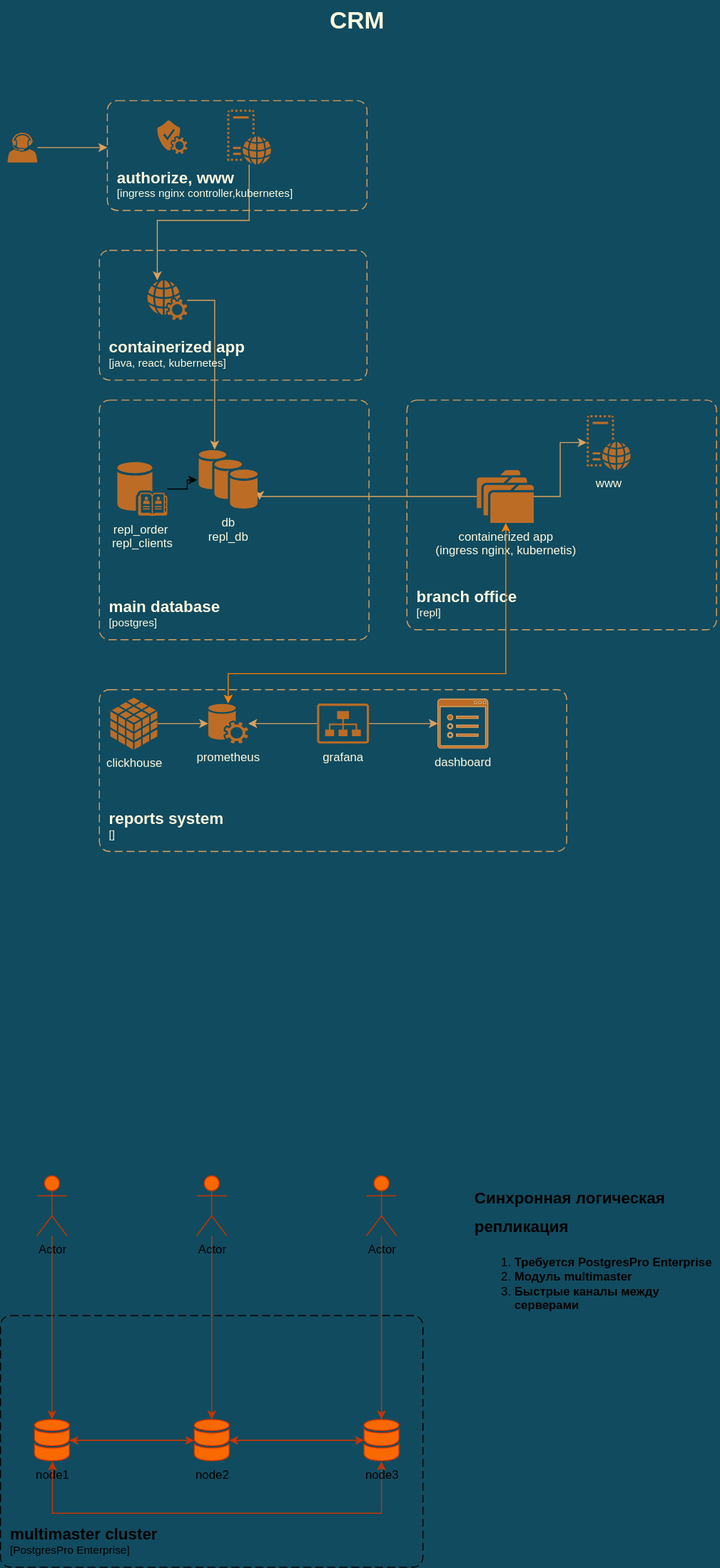
theotheo46/gb keeps this draw.io diagram as arch_schem.svg. Above is the earlier version. Source tidied: cells renumbered, new cells last; positions are measured from the earlier drawing's top-left corner, leaving out a move shared by most shapes.
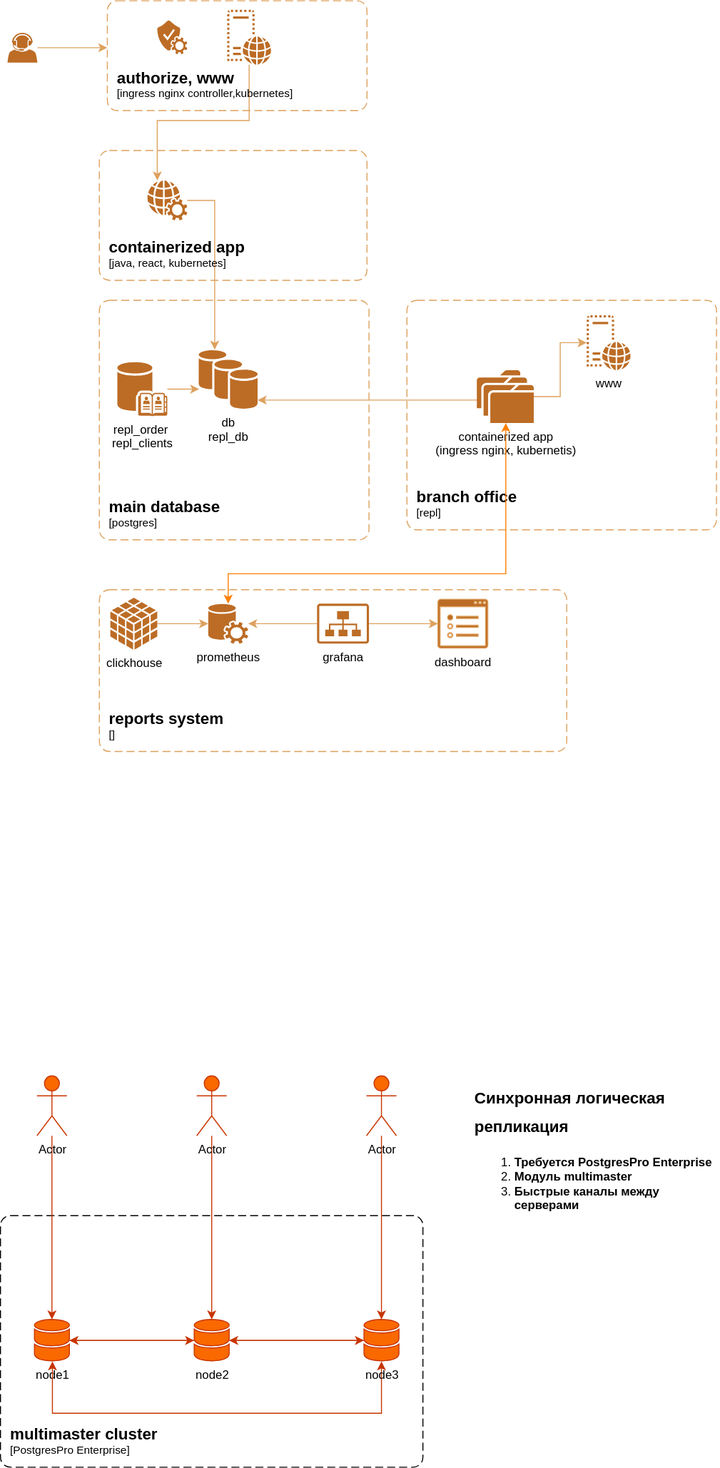
After the commit.

What changed in the source:
```diff
@@ -1,16 +1,16 @@
-<mxGraphModel background="#114B5F">
+<mxGraphModel background="#FFFFFF">
   <root>
     <mxCell id="0" />
     <mxCell id="1" parent="0" />
     <object id="2" label="&lt;font style=&quot;font-size: 16px&quot;&gt;&lt;b&gt;&lt;div style=&quot;text-align: left&quot;&gt;%c4Name%&lt;/div&gt;&lt;/b&gt;&lt;/font&gt;&lt;div style=&quot;text-align: left&quot;&gt;[%c4Application%]&lt;/div&gt;" c4Application="PostgresPro Enterprise" c4Name="multimaster cluster " c4Type="SystemScopeBoundary" placeholders="1">
-      <mxCell style="rounded=1;fontSize=11;whiteSpace=wrap;html=1;dashed=1;arcSize=20;labelBackgroundColor=none;align=left;verticalAlign=bottom;labelBorderColor=none;spacingTop=0;spacing=10;dashPattern=8 4;perimeter=rectanglePerimeter;noLabel=0;labelPadding=0;absoluteArcSize=1;fillColor=none;" parent="1" vertex="1">
+      <mxCell style="rounded=1;fontSize=11;whiteSpace=wrap;html=1;dashed=1;arcSize=20;labelBackgroundColor=none;align=left;verticalAlign=bottom;labelBorderColor=none;spacingTop=0;spacing=10;dashPattern=8 4;perimeter=rectanglePerimeter;labelPadding=0;absoluteArcSize=1;fillColor=none;fontColor=#000000;" parent="1" vertex="1">
         <mxGeometry y="1317" width="423" height="252" as="geometry" />
       </mxCell>
     </object>
     <mxCell id="3" style="edgeStyle=orthogonalEdgeStyle;rounded=0;jettySize=auto;html=1;strokeColor=#DDA15E;fontColor=#FEFAE0;fillColor=#BC6C25;" parent="1" edge="1" source="4" target="27">
       <mxGeometry relative="1" as="geometry" />
     </mxCell>
-    <mxCell id="4" value="clickhouse" style="sketch=0;shadow=0;dashed=0;html=1;strokeColor=none;fillColor=#BC6C25;labelPosition=center;verticalLabelPosition=bottom;verticalAlign=top;outlineConnect=0;align=center;shape=mxgraph.office.databases.database_cube;fontColor=#FEFAE0;" parent="1" vertex="1">
+    <mxCell id="4" value="clickhouse" style="sketch=0;shadow=0;dashed=0;html=1;strokeColor=none;fillColor=#BC6C25;labelPosition=center;verticalLabelPosition=bottom;verticalAlign=top;outlineConnect=0;align=center;shape=mxgraph.office.databases.database_cube;fontColor=#000000;" parent="1" vertex="1">
       <mxGeometry x="110" y="698" width="47" height="52" as="geometry" />
     </mxCell>
     <mxCell id="5" style="edgeStyle=orthogonalEdgeStyle;rounded=0;jettySize=auto;html=1;strokeColor=#DDA15E;fontColor=#FEFAE0;fillColor=#BC6C25;entryX=0.271;entryY=-0.008;entryDx=0;entryDy=0;entryPerimeter=0;labelBackgroundColor=#283618;" parent="1" edge="1" source="6" target="29">
@@ -19,30 +19,24 @@
     <mxCell id="6" style="sketch=0;shadow=0;dashed=0;html=1;strokeColor=none;fillColor=#BC6C25;labelPosition=center;verticalLabelPosition=bottom;verticalAlign=top;outlineConnect=0;align=center;shape=mxgraph.office.concepts.web_services;fontColor=#FEFAE0;" parent="1" vertex="1">
       <mxGeometry x="147" y="280" width="40" height="40" as="geometry" />
     </mxCell>
-    <mxCell id="7" style="edgeStyle=orthogonalEdgeStyle;rounded=0;jettySize=auto;html=1;strokeColor=#DDA15E;fontColor=#FEFAE0;fillColor=#BC6C25;entryX=1.034;entryY=0.847;entryDx=0;entryDy=0;entryPerimeter=0;labelBackgroundColor=#283618;" parent="1" edge="1" source="9" target="29">
+    <mxCell id="7" style="edgeStyle=orthogonalEdgeStyle;rounded=0;jettySize=auto;html=1;strokeColor=#DDA15E;fontColor=#FEFAE0;fillColor=#BC6C25;labelBackgroundColor=#283618;" parent="1" edge="1" target="29">
       <mxGeometry relative="1" as="geometry">
+        <mxPoint x="479" y="500" as="sourcePoint" />
         <Array as="points">
-          <mxPoint x="260" y="497" />
+          <mxPoint x="387" y="500" />
+          <mxPoint x="387" y="500" />
         </Array>
       </mxGeometry>
     </mxCell>
     <mxCell id="8" style="edgeStyle=orthogonalEdgeStyle;rounded=0;jettySize=auto;html=1;strokeColor=#DDA15E;fontColor=#FEFAE0;fillColor=#BC6C25;labelBackgroundColor=#283618;" parent="1" edge="1" source="9" target="22">
       <mxGeometry relative="1" as="geometry" />
     </mxCell>
-    <mxCell id="9" value="containerized app&lt;br&gt;(ingress nginx, kubernetis)" style="sketch=0;shadow=0;dashed=0;html=1;strokeColor=none;fillColor=#BC6C25;labelPosition=center;verticalLabelPosition=bottom;verticalAlign=top;outlineConnect=0;align=center;shape=mxgraph.office.concepts.folders;fontColor=#FEFAE0;" parent="1" vertex="1">
+    <mxCell id="9" value="containerized app&lt;br&gt;(ingress nginx, kubernetis)" style="sketch=0;shadow=0;dashed=0;html=1;strokeColor=none;fillColor=#BC6C25;labelPosition=center;verticalLabelPosition=bottom;verticalAlign=top;outlineConnect=0;align=center;shape=mxgraph.office.concepts.folders;fontColor=#000000;" parent="1" vertex="1">
       <mxGeometry x="477" y="470" width="57" height="53" as="geometry" />
     </mxCell>
-    <mxCell id="10" style="edgeStyle=orthogonalEdgeStyle;rounded=0;jettySize=auto;html=1;" parent="1" edge="1" source="11">
-      <mxGeometry relative="1" as="geometry">
-        <mxPoint x="197" y="480" as="targetPoint" />
-      </mxGeometry>
-    </mxCell>
-    <mxCell id="11" value="repl_order&amp;nbsp;&lt;br&gt;repl_clients" style="sketch=0;shadow=0;dashed=0;html=1;strokeColor=none;fillColor=#BC6C25;labelPosition=center;verticalLabelPosition=bottom;verticalAlign=top;outlineConnect=0;align=center;shape=mxgraph.office.databases.address_book_store;fontColor=#FEFAE0;" parent="1" vertex="1">
+    <mxCell id="11" value="repl_order&amp;nbsp;&lt;br&gt;repl_clients" style="sketch=0;shadow=0;dashed=0;html=1;strokeColor=none;fillColor=#BC6C25;labelPosition=center;verticalLabelPosition=bottom;verticalAlign=top;outlineConnect=0;align=center;shape=mxgraph.office.databases.address_book_store;fontColor=#000000;" parent="1" vertex="1">
       <mxGeometry x="117" y="462" width="50" height="54" as="geometry" />
     </mxCell>
-    <mxCell id="12" value="CRM" style="text;strokeColor=none;fillColor=none;html=1;fontSize=24;fontStyle=1;verticalAlign=middle;align=center;fontColor=#FEFAE0;" parent="1" vertex="1">
-      <mxGeometry x="307" width="100" height="40" as="geometry" />
-    </mxCell>
     <mxCell id="13" style="edgeStyle=orthogonalEdgeStyle;rounded=0;jettySize=auto;html=1;strokeColor=#DDA15E;fontColor=#FEFAE0;fillColor=#BC6C25;labelBackgroundColor=#283618;" parent="1" edge="1" source="14" target="6">
       <mxGeometry relative="1" as="geometry">
         <Array as="points">
@@ -66,37 +60,37 @@
       <mxGeometry x="7" y="132" width="30" height="30" as="geometry" />
     </mxCell>
     <object id="18" label="&lt;font style=&quot;font-size: 16px&quot;&gt;&lt;b&gt;&lt;div style=&quot;text-align: left&quot;&gt;%c4Name%&lt;/div&gt;&lt;/b&gt;&lt;/font&gt;&lt;div style=&quot;text-align: left&quot;&gt;[%c4Application%]&lt;/div&gt;" c4Application="ingress nginx controller,kubernetes" c4Name="authorize, www" c4Type="SystemScopeBoundary" placeholders="1">
-      <mxCell style="rounded=1;fontSize=11;whiteSpace=wrap;html=1;dashed=1;arcSize=20;fillColor=none;strokeColor=#DDA15E;fontColor=#FEFAE0;labelBackgroundColor=none;align=left;verticalAlign=bottom;labelBorderColor=none;spacingTop=0;spacing=10;dashPattern=8 4;perimeter=rectanglePerimeter;noLabel=0;labelPadding=0;absoluteArcSize=1;" parent="1" vertex="1">
+      <mxCell style="rounded=1;fontSize=11;whiteSpace=wrap;html=1;dashed=1;arcSize=20;fillColor=none;strokeColor=#DDA15E;fontColor=#000000;labelBackgroundColor=none;align=left;verticalAlign=bottom;labelBorderColor=none;spacingTop=0;spacing=10;dashPattern=8 4;perimeter=rectanglePerimeter;labelPadding=0;absoluteArcSize=1;" parent="1" vertex="1">
         <mxGeometry x="107" y="100" width="260" height="110" as="geometry" />
       </mxCell>
     </object>
     <object id="19" label="&lt;font style=&quot;font-size: 16px&quot;&gt;&lt;b&gt;&lt;div style=&quot;text-align: left&quot;&gt;%c4Name%&lt;/div&gt;&lt;/b&gt;&lt;/font&gt;&lt;div style=&quot;text-align: left&quot;&gt;[%c4Application%]&lt;/div&gt;" c4Application="java, react, kubernetes" c4Name="containerized app" c4Type="SystemScopeBoundary" placeholders="1">
-      <mxCell style="rounded=1;fontSize=11;whiteSpace=wrap;html=1;dashed=1;arcSize=20;fillColor=none;strokeColor=#DDA15E;fontColor=#FEFAE0;labelBackgroundColor=none;align=left;verticalAlign=bottom;labelBorderColor=none;spacingTop=0;spacing=10;dashPattern=8 4;perimeter=rectanglePerimeter;noLabel=0;labelPadding=0;absoluteArcSize=1;" parent="1" vertex="1">
+      <mxCell style="rounded=1;fontSize=11;whiteSpace=wrap;html=1;dashed=1;arcSize=20;fillColor=none;strokeColor=#DDA15E;fontColor=#000000;labelBackgroundColor=none;align=left;verticalAlign=bottom;labelBorderColor=none;spacingTop=0;spacing=10;dashPattern=8 4;perimeter=rectanglePerimeter;labelPadding=0;absoluteArcSize=1;" parent="1" vertex="1">
         <mxGeometry x="99" y="250" width="268" height="130" as="geometry" />
       </mxCell>
     </object>
     <object id="20" label="&lt;font style=&quot;font-size: 16px&quot;&gt;&lt;b&gt;&lt;div style=&quot;text-align: left&quot;&gt;%c4Name%&lt;/div&gt;&lt;/b&gt;&lt;/font&gt;&lt;div style=&quot;text-align: left&quot;&gt;[%c4Application%]&lt;/div&gt;" c4Application="postgres" c4Name="main database" c4Type="SystemScopeBoundary" placeholders="1">
-      <mxCell style="rounded=1;fontSize=11;whiteSpace=wrap;html=1;dashed=1;arcSize=20;fillColor=none;strokeColor=#DDA15E;fontColor=#FEFAE0;labelBackgroundColor=none;align=left;verticalAlign=bottom;labelBorderColor=none;spacingTop=0;spacing=10;dashPattern=8 4;perimeter=rectanglePerimeter;noLabel=0;labelPadding=0;absoluteArcSize=1;" parent="1" vertex="1">
+      <mxCell style="rounded=1;fontSize=11;whiteSpace=wrap;html=1;dashed=1;arcSize=20;fillColor=none;strokeColor=#DDA15E;fontColor=#000000;labelBackgroundColor=none;align=left;verticalAlign=bottom;labelBorderColor=none;spacingTop=0;spacing=10;dashPattern=8 4;perimeter=rectanglePerimeter;labelPadding=0;absoluteArcSize=1;" parent="1" vertex="1">
         <mxGeometry x="99" y="400" width="270" height="240" as="geometry" />
       </mxCell>
     </object>
     <object id="21" label="&lt;font style=&quot;font-size: 16px&quot;&gt;&lt;b&gt;&lt;div style=&quot;text-align: left&quot;&gt;%c4Name%&lt;/div&gt;&lt;/b&gt;&lt;/font&gt;&lt;div style=&quot;text-align: left&quot;&gt;[%c4Application%]&lt;/div&gt;" c4Application="repl" c4Name="branch office" c4Type="SystemScopeBoundary" placeholders="1">
-      <mxCell style="rounded=1;fontSize=11;whiteSpace=wrap;html=1;dashed=1;arcSize=20;fillColor=none;strokeColor=#DDA15E;fontColor=#FEFAE0;labelBackgroundColor=none;align=left;verticalAlign=bottom;labelBorderColor=none;spacingTop=0;spacing=10;dashPattern=8 4;perimeter=rectanglePerimeter;noLabel=0;labelPadding=0;absoluteArcSize=1;" parent="1" vertex="1">
+      <mxCell style="rounded=1;fontSize=11;whiteSpace=wrap;html=1;dashed=1;arcSize=20;fillColor=none;strokeColor=#DDA15E;fontColor=#000000;labelBackgroundColor=none;align=left;verticalAlign=bottom;labelBorderColor=none;spacingTop=0;spacing=10;dashPattern=8 4;perimeter=rectanglePerimeter;labelPadding=0;absoluteArcSize=1;" parent="1" vertex="1">
         <mxGeometry x="407" y="400" width="310" height="230" as="geometry" />
       </mxCell>
     </object>
-    <mxCell id="22" value="www" style="sketch=0;shadow=0;dashed=0;html=1;strokeColor=none;fillColor=#BC6C25;labelPosition=center;verticalLabelPosition=bottom;verticalAlign=top;outlineConnect=0;align=center;shape=mxgraph.office.servers.virtual_web_server;fontColor=#FEFAE0;" parent="1" vertex="1">
+    <mxCell id="22" value="www" style="sketch=0;shadow=0;dashed=0;html=1;strokeColor=none;fillColor=#BC6C25;labelPosition=center;verticalLabelPosition=bottom;verticalAlign=top;outlineConnect=0;align=center;shape=mxgraph.office.servers.virtual_web_server;fontColor=#000000;" parent="1" vertex="1">
       <mxGeometry x="587" y="415" width="44" height="55" as="geometry" />
     </mxCell>
     <object id="23" label="&lt;font style=&quot;font-size: 16px&quot;&gt;&lt;b&gt;&lt;div style=&quot;text-align: left&quot;&gt;%c4Name%&lt;/div&gt;&lt;/b&gt;&lt;/font&gt;&lt;div style=&quot;text-align: left&quot;&gt;[%c4Application%]&lt;/div&gt;" c4Application="" c4Name="reports system" c4Type="SystemScopeBoundary" placeholders="1">
-      <mxCell style="rounded=1;fontSize=11;whiteSpace=wrap;html=1;dashed=1;arcSize=20;fillColor=none;strokeColor=#DDA15E;fontColor=#FEFAE0;labelBackgroundColor=none;align=left;verticalAlign=bottom;labelBorderColor=none;spacingTop=0;spacing=10;dashPattern=8 4;perimeter=rectanglePerimeter;noLabel=0;labelPadding=0;absoluteArcSize=1;" parent="1" vertex="1">
+      <mxCell style="rounded=1;fontSize=11;whiteSpace=wrap;html=1;dashed=1;arcSize=20;fillColor=none;strokeColor=#DDA15E;fontColor=#000000;labelBackgroundColor=none;align=left;verticalAlign=bottom;labelBorderColor=none;spacingTop=0;spacing=10;dashPattern=8 4;perimeter=rectanglePerimeter;labelPadding=0;absoluteArcSize=1;" parent="1" vertex="1">
         <mxGeometry x="99" y="690" width="468" height="162" as="geometry" />
       </mxCell>
     </object>
     <mxCell id="24" style="edgeStyle=orthogonalEdgeStyle;rounded=0;jettySize=auto;html=1;labelBackgroundColor=#283618;strokeColor=#DDA15E;fontColor=#FEFAE0;" parent="1" edge="1" source="25" target="27">
       <mxGeometry relative="1" as="geometry" />
     </mxCell>
-    <mxCell id="25" value="grafana" style="sketch=0;shadow=0;dashed=0;html=1;strokeColor=none;fillColor=#BC6C25;labelPosition=center;verticalLabelPosition=bottom;verticalAlign=top;outlineConnect=0;align=center;shape=mxgraph.office.sites.site_collection;fontColor=#FEFAE0;" parent="1" vertex="1">
+    <mxCell id="25" value="grafana" style="sketch=0;shadow=0;dashed=0;html=1;strokeColor=none;fillColor=#BC6C25;labelPosition=center;verticalLabelPosition=bottom;verticalAlign=top;outlineConnect=0;align=center;shape=mxgraph.office.sites.site_collection;fontColor=#000000;" parent="1" vertex="1">
       <mxGeometry x="317" y="704" width="52" height="40" as="geometry" />
     </mxCell>
     <mxCell id="26" style="edgeStyle=orthogonalEdgeStyle;rounded=0;jettySize=auto;html=1;labelBackgroundColor=#283618;strokeColor=#FF8000;fontColor=#FEFAE0;fillColor=#0050ef;strokeWidth=1;endArrow=classic;endFill=1;startArrow=classic;startFill=1;" parent="1" edge="1" source="27" target="9">
@@ -107,13 +101,13 @@
         </Array>
       </mxGeometry>
     </mxCell>
-    <mxCell id="27" value="prometheus" style="sketch=0;shadow=0;dashed=0;html=1;strokeColor=none;fillColor=#BC6C25;labelPosition=center;verticalLabelPosition=bottom;verticalAlign=top;outlineConnect=0;align=center;shape=mxgraph.office.services.central_management_service;fontColor=#FEFAE0;" parent="1" vertex="1">
+    <mxCell id="27" value="prometheus" style="sketch=0;shadow=0;dashed=0;html=1;strokeColor=none;fillColor=#BC6C25;labelPosition=center;verticalLabelPosition=bottom;verticalAlign=top;outlineConnect=0;align=center;shape=mxgraph.office.services.central_management_service;fontColor=#000000;" parent="1" vertex="1">
       <mxGeometry x="208" y="704" width="40" height="40" as="geometry" />
     </mxCell>
-    <mxCell id="28" value="dashboard" style="sketch=0;shadow=0;dashed=0;html=1;strokeColor=#DDA15E;fillColor=#BC6C25;labelPosition=center;verticalLabelPosition=bottom;verticalAlign=top;outlineConnect=0;align=center;shape=mxgraph.office.concepts.properties;fontColor=#FEFAE0;" parent="1" vertex="1">
+    <mxCell id="28" value="dashboard" style="sketch=0;shadow=0;dashed=0;html=1;strokeColor=#DDA15E;fillColor=#BC6C25;labelPosition=center;verticalLabelPosition=bottom;verticalAlign=top;outlineConnect=0;align=center;shape=mxgraph.office.concepts.properties;fontColor=#000000;" parent="1" vertex="1">
       <mxGeometry x="438" y="699.5" width="50" height="49" as="geometry" />
     </mxCell>
-    <mxCell id="29" value="db&lt;br&gt;repl_db" style="sketch=0;shadow=0;dashed=0;html=1;strokeColor=none;fillColor=#BC6C25;labelPosition=center;verticalLabelPosition=bottom;verticalAlign=top;outlineConnect=0;align=center;shape=mxgraph.office.databases.database_availability_group;fontColor=#FEFAE0;" parent="1" vertex="1">
+    <mxCell id="29" value="db&lt;br&gt;repl_db" style="sketch=0;shadow=0;dashed=0;html=1;strokeColor=none;fillColor=#BC6C25;labelPosition=center;verticalLabelPosition=bottom;verticalAlign=top;outlineConnect=0;align=center;shape=mxgraph.office.databases.database_availability_group;fontColor=#000000;" parent="1" vertex="1">
       <mxGeometry x="198.5" y="450" width="59" height="59" as="geometry" />
     </mxCell>
     <mxCell id="30" style="edgeStyle=orthogonalEdgeStyle;rounded=0;jettySize=auto;html=1;fillColor=#fa6800;strokeColor=#C73500;" parent="1" edge="1" source="31" target="34">
@@ -163,11 +157,16 @@
     <mxCell id="43" value="Actor" style="shape=umlActor;verticalLabelPosition=bottom;verticalAlign=top;html=1;outlineConnect=0;fillColor=#fa6800;strokeColor=#C73500;fontColor=#000000;" parent="1" vertex="1">
       <mxGeometry x="366.5" y="1177" width="30" height="60" as="geometry" />
     </mxCell>
-    <mxCell id="44" value="&lt;h1&gt;&lt;font style=&quot;font-size: 16px; line-height: 1.2;&quot;&gt;Синхронная логическая репликация&lt;/font&gt;&lt;/h1&gt;&lt;p&gt;&lt;/p&gt;&lt;ol&gt;&lt;li&gt;&lt;b&gt;Требуется PostgresPro Enterprise&lt;/b&gt;&lt;/li&gt;&lt;li&gt;&lt;b&gt;Модуль multimaster&lt;/b&gt;&lt;/li&gt;&lt;li&gt;&lt;b&gt;Быстрые каналы между серверами&lt;/b&gt;&lt;/li&gt;&lt;/ol&gt;&lt;p&gt;&lt;/p&gt;" style="text;html=1;spacing=5;spacingTop=-20;whiteSpace=wrap;overflow=hidden;rounded=0;" parent="1" vertex="1">
+    <mxCell id="44" value="&lt;h1&gt;&lt;font style=&quot;font-size: 16px; line-height: 1.2;&quot;&gt;Синхронная логическая репликация&lt;/font&gt;&lt;/h1&gt;&lt;p&gt;&lt;/p&gt;&lt;ol&gt;&lt;li&gt;&lt;b&gt;Требуется PostgresPro Enterprise&lt;/b&gt;&lt;/li&gt;&lt;li&gt;&lt;b&gt;Модуль multimaster&lt;/b&gt;&lt;/li&gt;&lt;li&gt;&lt;b&gt;Быстрые каналы между серверами&lt;/b&gt;&lt;/li&gt;&lt;/ol&gt;&lt;p&gt;&lt;/p&gt;" style="text;html=1;spacing=5;spacingTop=-20;whiteSpace=wrap;overflow=hidden;rounded=0;fontColor=#000000;" parent="1" vertex="1">
       <mxGeometry x="470" y="1177" width="250" height="156" as="geometry" />
     </mxCell>
     <mxCell id="45" style="edgeStyle=orthogonalEdgeStyle;rounded=0;jettySize=auto;html=1;labelBackgroundColor=#283618;strokeColor=#DDA15E;fontColor=#FEFAE0;" parent="1" edge="1" source="25" target="28">
       <mxGeometry relative="1" as="geometry" />
     </mxCell>
+    <mxCell id="46" style="edgeStyle=orthogonalEdgeStyle;rounded=0;jettySize=auto;html=1;strokeColor=#DDA15E;fontColor=#FEFAE0;fillColor=#BC6C25;" parent="1" edge="1" source="11">
+      <mxGeometry relative="1" as="geometry">
+        <mxPoint x="199" y="489" as="targetPoint" />
+      </mxGeometry>
+    </mxCell>
   </root>
 </mxGraphModel>
```
